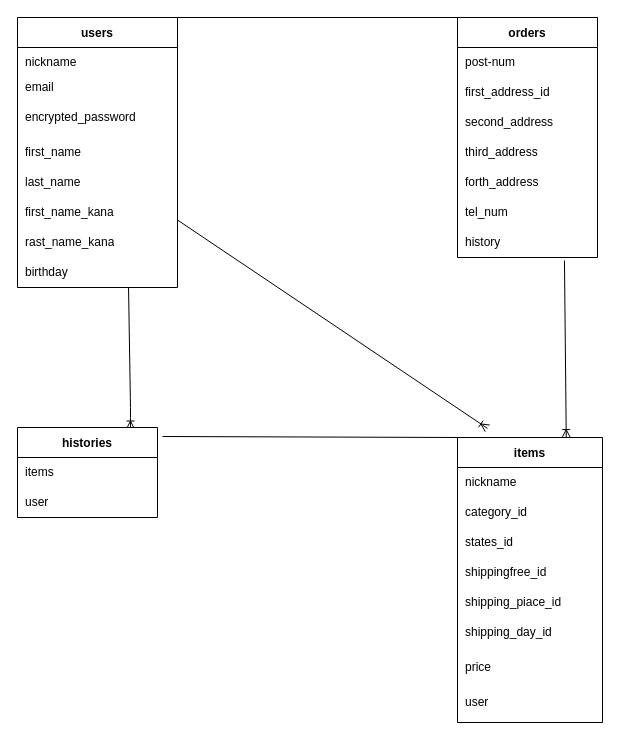
Above: relation.dio in ootukaai/furima-41450 (draw.io), before the change. Source tidied: cells renumbered, new cells numbered last; positions are measured from the earlier drawing's top-left corner, leaving out a move shared by most shapes. Both pictures are drawn from the tidied source at 100%, with x=0, y=0 at pixel (17, 17).
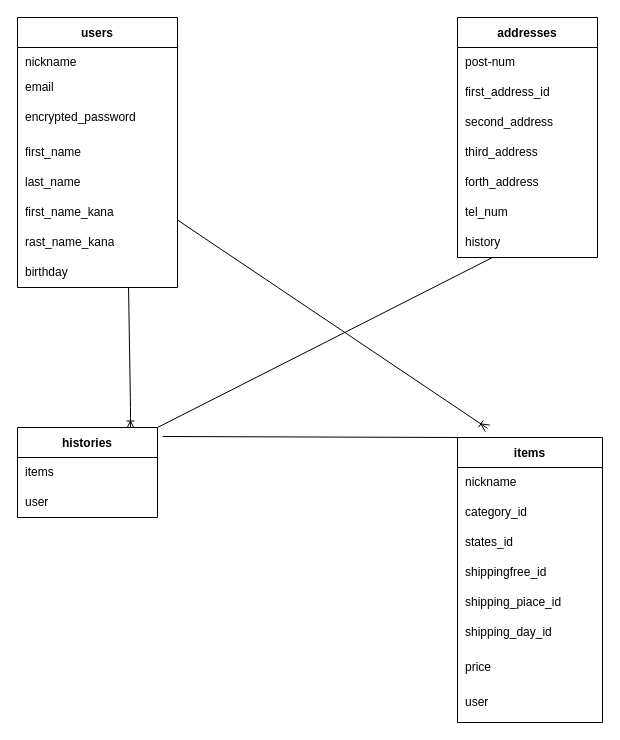
Above is the later version.

Unchanged cells that the change refers to:
```xml
<mxCell id="5" value="users" style="shape=table;startSize=30;childLayout=tableLayout;rowLines=0;fontStyle=1;" parent="1" vertex="1">
  <mxGeometry width="160" height="270" as="geometry" />
</mxCell>
<mxCell id="36" style="shape=tableRow;horizontal=0;startSize=0;swimlaneHead=0;swimlaneBody=0;top=0;left=0;bottom=0;right=0;fillColor=none;points=[[0,0.5],[1,0.5]];portConstraint=eastwest;" parent="23" vertex="1">
  <mxGeometry y="210" width="140" height="30" as="geometry" />
</mxCell>
<mxCell id="39" value="items" style="shape=table;startSize=30;childLayout=tableLayout;rowLines=0;fontStyle=1;" parent="1" vertex="1">
  <mxGeometry x="440" y="420" width="145" height="285" as="geometry" />
</mxCell>
<mxCell id="56" value="histories" style="shape=table;startSize=30;childLayout=tableLayout;rowLines=0;fontStyle=1;" parent="1" vertex="1">
  <mxGeometry y="410" width="140" height="90" as="geometry" />
</mxCell>
```

Diff of the diagram source:
```diff
@@
-    <mxCell id="2" style="edgeStyle=none;html=1;exitX=0.75;exitY=0;exitDx=0;exitDy=0;entryX=0;entryY=0;entryDx=0;entryDy=0;endArrow=none;endFill=0;" parent="1" edge="1" source="5" target="23">
-      <mxGeometry relative="1" as="geometry" />
-    </mxCell>
@@
-    <mxCell id="22" style="edgeStyle=none;html=1;exitX=0.764;exitY=1.1;exitDx=0;exitDy=0;entryX=0.75;entryY=0;entryDx=0;entryDy=0;strokeWidth=1;endArrow=ERoneToMany;endFill=0;exitPerimeter=0;" parent="1" edge="1" source="36" target="39">
-      <mxGeometry relative="1" as="geometry" />
-    </mxCell>
+    <mxCell id="61" style="edgeStyle=none;html=1;exitX=0.25;exitY=1;exitDx=0;exitDy=0;entryX=1;entryY=0;entryDx=0;entryDy=0;strokeWidth=1;endArrow=none;endFill=0;" parent="1" edge="1" source="23" target="56">
+      <mxGeometry relative="1" as="geometry" />
+    </mxCell>
-    <mxCell id="23" value="orders" style="shape=table;startSize=30;childLayout=tableLayout;rowLines=0;fontStyle=1;" parent="1" vertex="1">
+    <mxCell id="23" value="addresses" style="shape=table;startSize=30;childLayout=tableLayout;rowLines=0;fontStyle=1;" parent="1" vertex="1">
       <mxGeometry x="440" width="140" height="240" as="geometry" />
     </mxCell>
```
